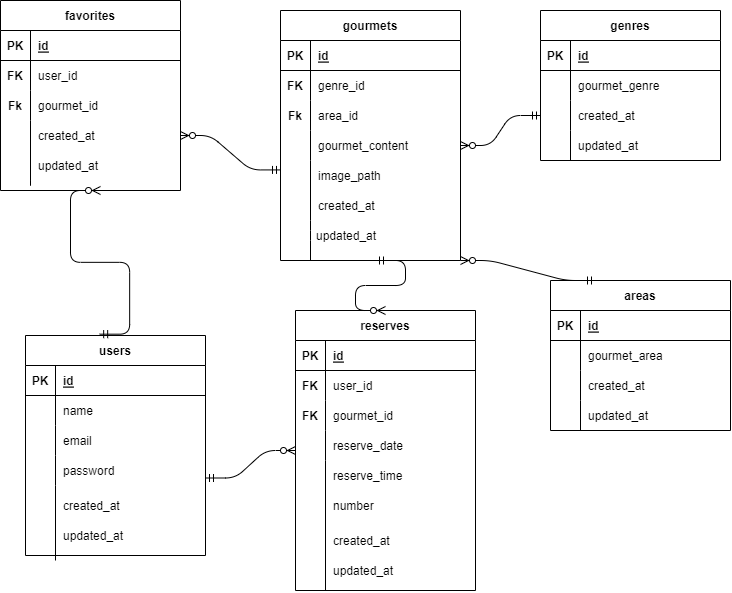
This is ER.drawio.png from JonyTask/Rese_Jony, a draw.io export, as it was before one commit. Source tidied: cells renumbered, new cells last; positions are measured from the earlier drawing's top-left corner, leaving out a move shared by most shapes.
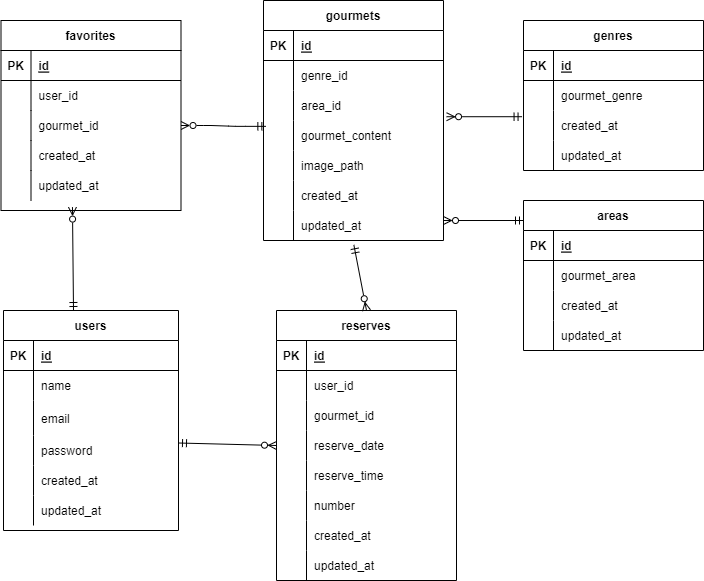
The same diagram one commit later.

Change to the diagram source:
```diff
@@ -5,6 +5,6 @@
     <mxCell id="2" value="users" style="shape=table;startSize=30;rowLines=0;fontStyle=1;align=center;" parent="1" vertex="1">
-      <mxGeometry x="25" y="335" width="180" height="220" as="geometry" />
+      <mxGeometry x="20" y="300" width="175" height="220" as="geometry" />
     </mxCell>
     <mxCell id="3" style="shape=tableRow;horizontal=0;startSize=0;swimlaneHead=0;swimlaneBody=0;fillColor=none;top=0;left=0;right=0;bottom=1;" parent="2" vertex="1">
-      <mxGeometry y="30" width="180" height="30" as="geometry" />
+      <mxGeometry y="30" width="175" height="30" as="geometry" />
     </mxCell>
@@ -14,6 +14,6 @@
     <mxCell id="5" value="id" style="shape=partialRectangle;fillColor=none;top=0;left=0;bottom=0;right=0;align=left;spacingLeft=6;fontStyle=5;overflow=hidden;" parent="3" vertex="1">
-      <mxGeometry x="30" width="150" height="30" as="geometry" />
+      <mxGeometry x="30" width="145" height="30" as="geometry" />
     </mxCell>
     <mxCell id="6" style="shape=tableRow;horizontal=0;startSize=0;swimlaneHead=0;swimlaneBody=0;fillColor=none;top=0;left=0;right=0;bottom=0;" parent="2" vertex="1">
-      <mxGeometry y="60" width="180" height="30" as="geometry" />
+      <mxGeometry y="60" width="175" height="30" as="geometry" />
     </mxCell>
@@ -23,15 +23,15 @@
     <mxCell id="8" value="name" style="shape=partialRectangle;fillColor=none;top=0;left=0;bottom=0;right=0;align=left;spacingLeft=6;overflow=hidden;" parent="6" vertex="1">
-      <mxGeometry x="30" width="150" height="30" as="geometry" />
+      <mxGeometry x="30" width="145" height="30" as="geometry" />
     </mxCell>
     <mxCell id="9" style="shape=tableRow;horizontal=0;startSize=0;swimlaneHead=0;swimlaneBody=0;fillColor=none;top=0;left=0;right=0;bottom=0;" parent="2" vertex="1">
-      <mxGeometry y="90" width="180" height="30" as="geometry" />
+      <mxGeometry y="90" width="175" height="35" as="geometry" />
     </mxCell>
     <mxCell id="10" style="shape=partialRectangle;fillColor=none;top=0;left=0;bottom=0;right=0;overflow=hidden;" parent="9" vertex="1">
-      <mxGeometry width="30" height="30" as="geometry" />
+      <mxGeometry width="30" height="35" as="geometry" />
     </mxCell>
     <mxCell id="11" value="email" style="shape=partialRectangle;fillColor=none;top=0;left=0;bottom=0;right=0;align=left;spacingLeft=6;overflow=hidden;" parent="9" vertex="1">
-      <mxGeometry x="30" width="150" height="30" as="geometry" />
+      <mxGeometry x="30" width="145" height="35" as="geometry" />
     </mxCell>
     <mxCell id="12" style="shape=tableRow;horizontal=0;startSize=0;swimlaneHead=0;swimlaneBody=0;fillColor=none;top=0;left=0;right=0;bottom=0;" parent="2" vertex="1">
-      <mxGeometry y="120" width="180" height="30" as="geometry" />
+      <mxGeometry y="125" width="175" height="30" as="geometry" />
     </mxCell>
@@ -41,6 +41,24 @@
     <mxCell id="14" value="password" style="shape=partialRectangle;fillColor=none;top=0;left=0;bottom=0;right=0;align=left;spacingLeft=6;overflow=hidden;" parent="12" vertex="1">
-      <mxGeometry x="30" width="150" height="30" as="geometry" />
+      <mxGeometry x="30" width="145" height="30" as="geometry" />
     </mxCell>
+    <mxCell id="106" style="shape=tableRow;horizontal=0;startSize=0;swimlaneHead=0;swimlaneBody=0;fillColor=none;top=0;left=0;right=0;bottom=0;" parent="2" vertex="1">
+      <mxGeometry y="155" width="175" height="30" as="geometry" />
+    </mxCell>
+    <mxCell id="107" style="shape=partialRectangle;fillColor=none;top=0;left=0;bottom=0;right=0;overflow=hidden;" parent="106" vertex="1">
+      <mxGeometry width="30" height="30" as="geometry" />
+    </mxCell>
+    <mxCell id="108" value="created_at" style="shape=partialRectangle;fillColor=none;top=0;left=0;bottom=0;right=0;align=left;spacingLeft=6;overflow=hidden;" parent="106" vertex="1">
+      <mxGeometry x="30" width="145" height="30" as="geometry" />
+    </mxCell>
+    <mxCell id="109" style="shape=tableRow;horizontal=0;startSize=0;swimlaneHead=0;swimlaneBody=0;fillColor=none;top=0;left=0;right=0;bottom=0;" parent="2" vertex="1">
+      <mxGeometry y="185" width="175" height="30" as="geometry" />
+    </mxCell>
+    <mxCell id="110" style="shape=partialRectangle;fillColor=none;top=0;left=0;bottom=0;right=0;overflow=hidden;" parent="109" vertex="1">
+      <mxGeometry width="30" height="30" as="geometry" />
+    </mxCell>
+    <mxCell id="111" value="updated_at" style="shape=partialRectangle;fillColor=none;top=0;left=0;bottom=0;right=0;align=left;spacingLeft=6;overflow=hidden;" parent="109" vertex="1">
+      <mxGeometry x="30" width="145" height="30" as="geometry" />
+    </mxCell>
     <mxCell id="15" value="gourmets" style="shape=table;startSize=30;rowLines=0;fontStyle=1;align=center;" parent="1" vertex="1">
-      <mxGeometry x="280" y="10" width="180" height="250" as="geometry" />
+      <mxGeometry x="280" y="-10" width="180" height="240" as="geometry" />
     </mxCell>
@@ -82,4 +100,31 @@
     </mxCell>
+    <mxCell id="112" style="shape=tableRow;horizontal=0;startSize=0;swimlaneHead=0;swimlaneBody=0;fillColor=none;top=0;left=0;right=0;bottom=0;" parent="15" vertex="1">
+      <mxGeometry y="150" width="180" height="30" as="geometry" />
+    </mxCell>
+    <mxCell id="113" style="shape=partialRectangle;fillColor=none;top=0;left=0;bottom=0;right=0;overflow=hidden;" parent="112" vertex="1">
+      <mxGeometry width="30" height="30" as="geometry" />
+    </mxCell>
+    <mxCell id="85" value="image_path" style="shape=partialRectangle;fillColor=none;top=0;left=0;bottom=0;right=0;align=left;spacingLeft=6;overflow=hidden;" parent="112" vertex="1">
+      <mxGeometry x="30" width="150" height="30" as="geometry" />
+    </mxCell>
+    <mxCell id="114" style="shape=tableRow;horizontal=0;startSize=0;swimlaneHead=0;swimlaneBody=0;fillColor=none;top=0;left=0;right=0;bottom=0;" parent="15" vertex="1">
+      <mxGeometry y="180" width="180" height="30" as="geometry" />
+    </mxCell>
+    <mxCell id="115" style="shape=partialRectangle;fillColor=none;top=0;left=0;bottom=0;right=0;overflow=hidden;" parent="114" vertex="1">
+      <mxGeometry width="30" height="30" as="geometry" />
+    </mxCell>
+    <mxCell id="116" value="created_at" style="shape=partialRectangle;fillColor=none;top=0;left=0;bottom=0;right=0;align=left;spacingLeft=6;overflow=hidden;" parent="114" vertex="1">
+      <mxGeometry x="30" width="150" height="30" as="geometry" />
+    </mxCell>
+    <mxCell id="117" style="shape=tableRow;horizontal=0;startSize=0;swimlaneHead=0;swimlaneBody=0;fillColor=none;points=[[0,0.5],[1,0.5]];portConstraint=eastwest;top=0;left=0;right=0;bottom=0;" parent="15" vertex="1">
+      <mxGeometry y="210" width="180" height="30" as="geometry" />
+    </mxCell>
+    <mxCell id="118" style="shape=partialRectangle;fillColor=none;top=0;left=0;bottom=0;right=0;overflow=hidden;" parent="117" vertex="1">
+      <mxGeometry width="30" height="30" as="geometry" />
+    </mxCell>
+    <mxCell id="119" value="updated_at" style="shape=partialRectangle;fillColor=none;top=0;left=0;bottom=0;right=0;align=left;spacingLeft=6;overflow=hidden;" parent="117" vertex="1">
+      <mxGeometry x="30" width="150" height="30" as="geometry" />
+    </mxCell>
     <mxCell id="28" value="favorites" style="shape=table;startSize=30;rowLines=0;fontStyle=1;align=center;" parent="1" vertex="1">
-      <mxGeometry width="180" height="190" as="geometry" />
+      <mxGeometry x="17.5" y="10" width="180" height="190" as="geometry" />
     </mxCell>
@@ -121,4 +166,13 @@
     </mxCell>
+    <mxCell id="120" style="shape=tableRow;horizontal=0;startSize=0;swimlaneHead=0;swimlaneBody=0;fillColor=none;points=[[0,0.5],[1,0.5]];portConstraint=eastwest;top=0;left=0;right=0;bottom=0;" parent="28" vertex="1">
+      <mxGeometry y="150" width="180" height="30" as="geometry" />
+    </mxCell>
+    <mxCell id="121" style="shape=partialRectangle;fillColor=none;top=0;left=0;bottom=0;right=0;overflow=hidden;" parent="120" vertex="1">
+      <mxGeometry width="30" height="30" as="geometry" />
+    </mxCell>
+    <mxCell id="122" value="updated_at" style="shape=partialRectangle;fillColor=none;top=0;left=0;bottom=0;right=0;align=left;spacingLeft=6;overflow=hidden;" parent="120" vertex="1">
+      <mxGeometry x="30" width="150" height="30" as="geometry" />
+    </mxCell>
     <mxCell id="41" value="reserves" style="shape=table;startSize=30;rowLines=0;fontStyle=1;align=center;" parent="1" vertex="1">
-      <mxGeometry x="295" y="310" width="180" height="280" as="geometry" />
+      <mxGeometry x="293" y="300" width="180" height="270" as="geometry" />
     </mxCell>
@@ -160,2 +214,38 @@
     </mxCell>
+    <mxCell id="123" style="shape=tableRow;horizontal=0;startSize=0;swimlaneHead=0;swimlaneBody=0;fillColor=none;top=0;left=0;right=0;bottom=0;" parent="41" vertex="1">
+      <mxGeometry y="150" width="180" height="30" as="geometry" />
+    </mxCell>
+    <mxCell id="124" style="shape=partialRectangle;fillColor=none;top=0;left=0;bottom=0;right=0;overflow=hidden;" parent="123" vertex="1">
+      <mxGeometry width="30" height="30" as="geometry" />
+    </mxCell>
+    <mxCell id="93" value="reserve_time" style="shape=partialRectangle;fillColor=none;top=0;left=0;bottom=0;right=0;align=left;spacingLeft=6;overflow=hidden;" parent="123" vertex="1">
+      <mxGeometry x="30" width="150" height="30" as="geometry" />
+    </mxCell>
+    <mxCell id="125" style="shape=tableRow;horizontal=0;startSize=0;swimlaneHead=0;swimlaneBody=0;fillColor=none;top=0;left=0;right=0;bottom=0;" parent="41" vertex="1">
+      <mxGeometry y="180" width="180" height="30" as="geometry" />
+    </mxCell>
+    <mxCell id="126" style="shape=partialRectangle;fillColor=none;top=0;left=0;bottom=0;right=0;overflow=hidden;" parent="125" vertex="1">
+      <mxGeometry width="30" height="30" as="geometry" />
+    </mxCell>
+    <mxCell id="94" value="number" style="shape=partialRectangle;fillColor=none;top=0;left=0;bottom=0;right=0;align=left;spacingLeft=6;overflow=hidden;" parent="125" vertex="1">
+      <mxGeometry x="30" width="150" height="30" as="geometry" />
+    </mxCell>
+    <mxCell id="127" style="shape=tableRow;horizontal=0;startSize=0;swimlaneHead=0;swimlaneBody=0;fillColor=none;top=0;left=0;right=0;bottom=0;" parent="41" vertex="1">
+      <mxGeometry y="210" width="180" height="30" as="geometry" />
+    </mxCell>
+    <mxCell id="128" style="shape=partialRectangle;fillColor=none;top=0;left=0;bottom=0;right=0;overflow=hidden;" parent="127" vertex="1">
+      <mxGeometry width="30" height="30" as="geometry" />
+    </mxCell>
+    <mxCell id="129" value="created_at" style="shape=partialRectangle;fillColor=none;top=0;left=0;bottom=0;right=0;align=left;spacingLeft=6;overflow=hidden;" parent="127" vertex="1">
+      <mxGeometry x="30" width="150" height="30" as="geometry" />
+    </mxCell>
+    <mxCell id="130" style="shape=tableRow;horizontal=0;startSize=0;swimlaneHead=0;swimlaneBody=0;fillColor=none;top=0;left=0;right=0;bottom=0;" parent="41" vertex="1">
+      <mxGeometry y="240" width="180" height="30" as="geometry" />
+    </mxCell>
+    <mxCell id="131" style="shape=partialRectangle;fillColor=none;top=0;left=0;bottom=0;right=0;overflow=hidden;" parent="130" vertex="1">
+      <mxGeometry width="30" height="30" as="geometry" />
+    </mxCell>
+    <mxCell id="132" value="updated_at" style="shape=partialRectangle;fillColor=none;top=0;left=0;bottom=0;right=0;align=left;spacingLeft=6;overflow=hidden;" parent="130" vertex="1">
+      <mxGeometry x="30" width="150" height="30" as="geometry" />
+    </mxCell>
     <mxCell id="54" value="genres" style="shape=table;startSize=30;rowLines=0;fontStyle=1;align=center;" parent="1" vertex="1">
@@ -200,3 +290,3 @@
     <mxCell id="67" value="areas" style="shape=table;startSize=30;rowLines=0;fontStyle=1;align=center;" parent="1" vertex="1">
-      <mxGeometry x="550" y="280" width="180" height="150" as="geometry" />
+      <mxGeometry x="540" y="190" width="180" height="150" as="geometry" />
     </mxCell>
@@ -238,103 +328,25 @@
     </mxCell>
-    <mxCell id="80" value="created_at" style="shape=partialRectangle;fillColor=none;top=0;left=0;bottom=0;right=0;align=left;spacingLeft=6;overflow=hidden;" parent="1" vertex="1">
-      <mxGeometry x="55" y="490" width="150" height="30" as="geometry" />
-    </mxCell>
-    <mxCell id="81" value="updated_at" style="shape=partialRectangle;fillColor=none;top=0;left=0;bottom=0;right=0;align=left;spacingLeft=6;overflow=hidden;" parent="1" vertex="1">
-      <mxGeometry x="55" y="520" width="150" height="30" as="geometry" />
-    </mxCell>
-    <mxCell id="82" style="endArrow=none;html=1;" parent="1" edge="1">
-      <mxGeometry relative="1" as="geometry">
-        <mxPoint x="55" y="560" as="sourcePoint" />
-        <mxPoint x="55" y="485" as="targetPoint" />
-      </mxGeometry>
-    </mxCell>
-    <mxCell id="83" value="FK" style="shape=partialRectangle;fillColor=none;top=0;left=0;bottom=0;right=0;fontStyle=1;overflow=hidden;" parent="1" vertex="1">
-      <mxGeometry x="280" y="70" width="30" height="30" as="geometry" />
-    </mxCell>
-    <mxCell id="84" value="Fk" style="shape=partialRectangle;fillColor=none;top=0;left=0;bottom=0;right=0;fontStyle=1;overflow=hidden;" parent="1" vertex="1">
-      <mxGeometry x="280" y="100" width="30" height="30" as="geometry" />
-    </mxCell>
-    <mxCell id="85" value="image_path" style="shape=partialRectangle;fillColor=none;top=0;left=0;bottom=0;right=0;align=left;spacingLeft=6;overflow=hidden;" parent="1" vertex="1">
-      <mxGeometry x="310" y="160" width="150" height="30" as="geometry" />
-    </mxCell>
-    <mxCell id="86" value="created_at" style="shape=partialRectangle;fillColor=none;top=0;left=0;bottom=0;right=0;align=left;spacingLeft=6;overflow=hidden;" parent="1" vertex="1">
-      <mxGeometry x="310" y="190" width="150" height="30" as="geometry" />
-    </mxCell>
-    <mxCell id="87" value="updated_at" style="shape=partialRectangle;fillColor=none;top=0;left=0;bottom=0;right=0;align=left;spacingLeft=6;overflow=hidden;" parent="1" vertex="1">
-      <mxGeometry x="308" y="220" width="150" height="30" as="geometry" />
-    </mxCell>
-    <mxCell id="88" style="endArrow=none;html=1;" parent="1" edge="1">
-      <mxGeometry relative="1" as="geometry">
-        <mxPoint x="310" y="260" as="sourcePoint" />
-        <mxPoint x="310" y="160" as="targetPoint" />
-        <Array as="points">
-          <mxPoint x="310" y="230" />
-        </Array>
-      </mxGeometry>
-    </mxCell>
-    <mxCell id="89" value="FK" style="shape=partialRectangle;fillColor=none;top=0;left=0;bottom=0;right=0;fontStyle=1;overflow=hidden;" parent="1" vertex="1">
-      <mxGeometry y="60" width="30" height="30" as="geometry" />
-    </mxCell>
-    <mxCell id="90" value="Fk" style="shape=partialRectangle;fillColor=none;top=0;left=0;bottom=0;right=0;fontStyle=1;overflow=hidden;" parent="1" vertex="1">
-      <mxGeometry y="90" width="30" height="30" as="geometry" />
-    </mxCell>
-    <mxCell id="91" value="updated_at" style="shape=partialRectangle;fillColor=none;top=0;left=0;bottom=0;right=0;align=left;spacingLeft=6;overflow=hidden;" parent="1" vertex="1">
-      <mxGeometry x="30" y="150" width="150" height="30" as="geometry" />
-    </mxCell>
-    <mxCell id="92" style="endArrow=none;html=1;" parent="1" edge="1">
-      <mxGeometry relative="1" as="geometry">
-        <mxPoint x="30" y="170" as="sourcePoint" />
-        <mxPoint x="30" y="130" as="targetPoint" />
-        <Array as="points">
-          <mxPoint x="30" y="170" />
-          <mxPoint x="30" y="190" />
-        </Array>
-      </mxGeometry>
-    </mxCell>
-    <mxCell id="93" value="reserve_time" style="shape=partialRectangle;fillColor=none;top=0;left=0;bottom=0;right=0;align=left;spacingLeft=6;overflow=hidden;" parent="1" vertex="1">
-      <mxGeometry x="325" y="460" width="150" height="30" as="geometry" />
-    </mxCell>
-    <mxCell id="94" value="number" style="shape=partialRectangle;fillColor=none;top=0;left=0;bottom=0;right=0;align=left;spacingLeft=6;overflow=hidden;" parent="1" vertex="1">
-      <mxGeometry x="325" y="490" width="150" height="30" as="geometry" />
-    </mxCell>
-    <mxCell id="95" value="created_at" style="shape=partialRectangle;fillColor=none;top=0;left=0;bottom=0;right=0;align=left;spacingLeft=6;overflow=hidden;" parent="1" vertex="1">
-      <mxGeometry x="325" y="525" width="150" height="30" as="geometry" />
-    </mxCell>
-    <mxCell id="96" value="updated_at" style="shape=partialRectangle;fillColor=none;top=0;left=0;bottom=0;right=0;align=left;spacingLeft=6;overflow=hidden;" parent="1" vertex="1">
-      <mxGeometry x="325" y="555" width="150" height="30" as="geometry" />
-    </mxCell>
-    <mxCell id="97" style="endArrow=none;html=1;" parent="1" edge="1">
-      <mxGeometry relative="1" as="geometry">
-        <mxPoint x="325" y="590" as="sourcePoint" />
-        <mxPoint x="325" y="460" as="targetPoint" />
-      </mxGeometry>
-    </mxCell>
-    <mxCell id="98" value="FK" style="shape=partialRectangle;fillColor=none;top=0;left=0;bottom=0;right=0;fontStyle=1;overflow=hidden;" parent="1" vertex="1">
-      <mxGeometry x="295" y="370" width="30" height="30" as="geometry" />
-    </mxCell>
-    <mxCell id="99" value="FK" style="shape=partialRectangle;fillColor=none;top=0;left=0;bottom=0;right=0;fontStyle=1;overflow=hidden;" parent="1" vertex="1">
-      <mxGeometry x="295" y="400" width="30" height="30" as="geometry" />
-    </mxCell>
-    <mxCell id="100" style="edgeStyle=entityRelationEdgeStyle;fontSize=12;html=1;endArrow=ERzeroToMany;startArrow=ERmandOne;entryX=1;entryY=0.5;entryDx=0;entryDy=0;exitX=0;exitY=1.314;exitDx=0;exitDy=0;exitPerimeter=0;" parent="1" edge="1" source="25" target="38">
-      <mxGeometry relative="1" as="geometry" />
-    </mxCell>
-    <mxCell id="101" style="edgeStyle=entityRelationEdgeStyle;fontSize=12;html=1;endArrow=ERzeroToMany;startArrow=ERmandOne;exitX=0.412;exitY=-0.006;exitDx=0;exitDy=0;exitPerimeter=0;" parent="1" edge="1" source="2">
-      <mxGeometry relative="1" as="geometry">
-        <mxPoint x="100" y="190" as="targetPoint" />
-      </mxGeometry>
-    </mxCell>
-    <mxCell id="102" style="edgeStyle=entityRelationEdgeStyle;fontSize=12;html=1;endArrow=ERzeroToMany;startArrow=ERmandOne;entryX=0;entryY=0.5;entryDx=0;entryDy=0;exitX=1;exitY=0.75;exitDx=0;exitDy=0;" parent="1" edge="1" source="14" target="41">
-      <mxGeometry relative="1" as="geometry" />
-    </mxCell>
-    <mxCell id="103" style="edgeStyle=entityRelationEdgeStyle;fontSize=12;html=1;endArrow=ERzeroToMany;startArrow=ERmandOne;entryX=0.5;entryY=0;entryDx=0;entryDy=0;" parent="1" edge="1" target="41">
-      <mxGeometry relative="1" as="geometry">
-        <mxPoint x="375" y="260" as="sourcePoint" />
-      </mxGeometry>
-    </mxCell>
+    <mxCell id="133" style="edgeStyle=entityRelationEdgeStyle;html=1;exitX=1;exitY=0.5;exitDx=0;exitDy=0;entryX=0.013;entryY=0.195;entryDx=0;entryDy=0;entryPerimeter=0;startArrow=ERzeroToMany;startFill=0;endArrow=ERmandOne;endFill=0;" parent="1" edge="1" source="35" target="25">
+      <mxGeometry relative="1" as="geometry" />
+    </mxCell>
+    <mxCell id="134" style="endArrow=ERzeroToMany;html=1;rounded=0;strokeColor=default;entryX=0.397;entryY=1.22;entryDx=0;entryDy=0;entryPerimeter=0;startArrow=ERmandOne;startFill=0;endFill=0;" parent="1" edge="1" target="120">
+      <mxGeometry relative="1" as="geometry">
+        <mxPoint x="90" y="300" as="sourcePoint" />
+      </mxGeometry>
+    </mxCell>
+    <mxCell id="135" style="endArrow=ERzeroToMany;html=1;rounded=0;strokeColor=default;exitX=1;exitY=0.25;exitDx=0;exitDy=0;entryX=0;entryY=0.5;entryDx=0;entryDy=0;startArrow=ERmandOne;startFill=0;endFill=0;" parent="1" edge="1" source="14" target="51">
+      <mxGeometry relative="1" as="geometry" />
+    </mxCell>
+    <mxCell id="136" style="endArrow=ERzeroToMany;html=1;rounded=0;strokeColor=default;exitX=0.502;exitY=1.146;exitDx=0;exitDy=0;entryX=0.5;entryY=0;entryDx=0;entryDy=0;startArrow=ERmandOne;startFill=0;endFill=0;exitPerimeter=0;" parent="1" edge="1" source="117" target="41">
+      <mxGeometry relative="1" as="geometry" />
+    </mxCell>
-    <mxCell id="104" style="edgeStyle=entityRelationEdgeStyle;fontSize=12;html=1;endArrow=ERzeroToMany;startArrow=ERmandOne;entryX=1;entryY=0.5;entryDx=0;entryDy=0;exitX=0;exitY=0.5;exitDx=0;exitDy=0;" parent="1" edge="1" source="61" target="25">
+    <mxCell id="104" style="endArrow=ERzeroToMany;html=1;rounded=0;strokeColor=default;exitX=-0.008;exitY=0.207;exitDx=0;exitDy=0;entryX=1.017;entryY=-0.126;entryDx=0;entryDy=0;startArrow=ERmandOne;startFill=0;endFill=0;entryPerimeter=0;exitPerimeter=0;" parent="1" edge="1" source="61" target="25">
       <mxGeometry relative="1" as="geometry" />
     </mxCell>
-    <mxCell id="105" style="edgeStyle=entityRelationEdgeStyle;fontSize=12;html=1;endArrow=ERzeroToMany;startArrow=ERmandOne;exitX=0.25;exitY=0;exitDx=0;exitDy=0;entryX=1;entryY=1;entryDx=0;entryDy=0;" parent="1" edge="1" source="67" target="15">
-      <mxGeometry relative="1" as="geometry" />
-    </mxCell>
+    <mxCell id="137" style="endArrow=ERzeroToMany;html=1;rounded=0;strokeColor=default;entryX=1.017;entryY=-0.126;entryDx=0;entryDy=0;startArrow=ERmandOne;startFill=0;endFill=0;entryPerimeter=0;" parent="1" edge="1">
+      <mxGeometry relative="1" as="geometry">
+        <mxPoint x="540" y="210" as="sourcePoint" />
+        <mxPoint x="460" y="210" as="targetPoint" />
+      </mxGeometry>
+    </mxCell>
   </root>
```
